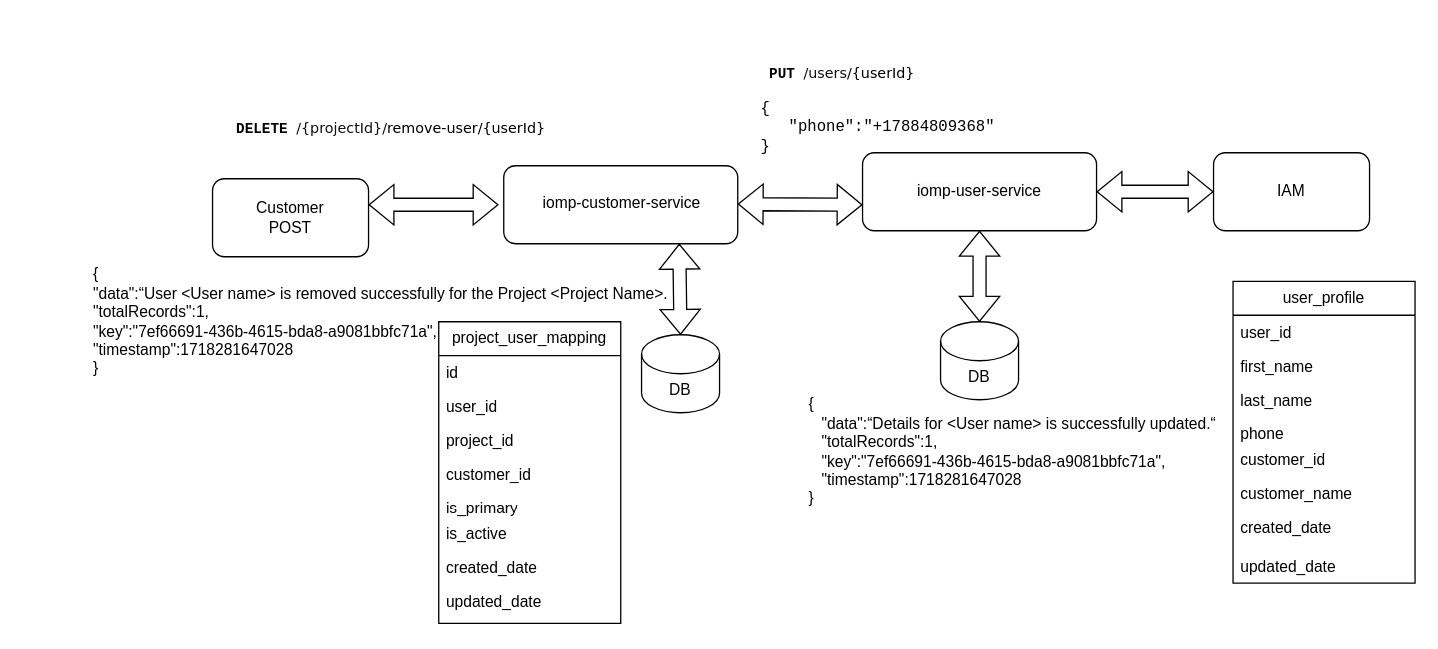
Earlier version of the draw.io diagram Edit and remove contact for customer account.drawio (wesco-chandanabuduru/common-entities). Source tidied: cells renumbered, new cells numbered last; positions are measured from the earlier drawing's top-left corner, leaving out a move shared by most shapes. Both pictures are drawn from the tidied source at 130%, with x=0, y=0 at pixel (22, 22).
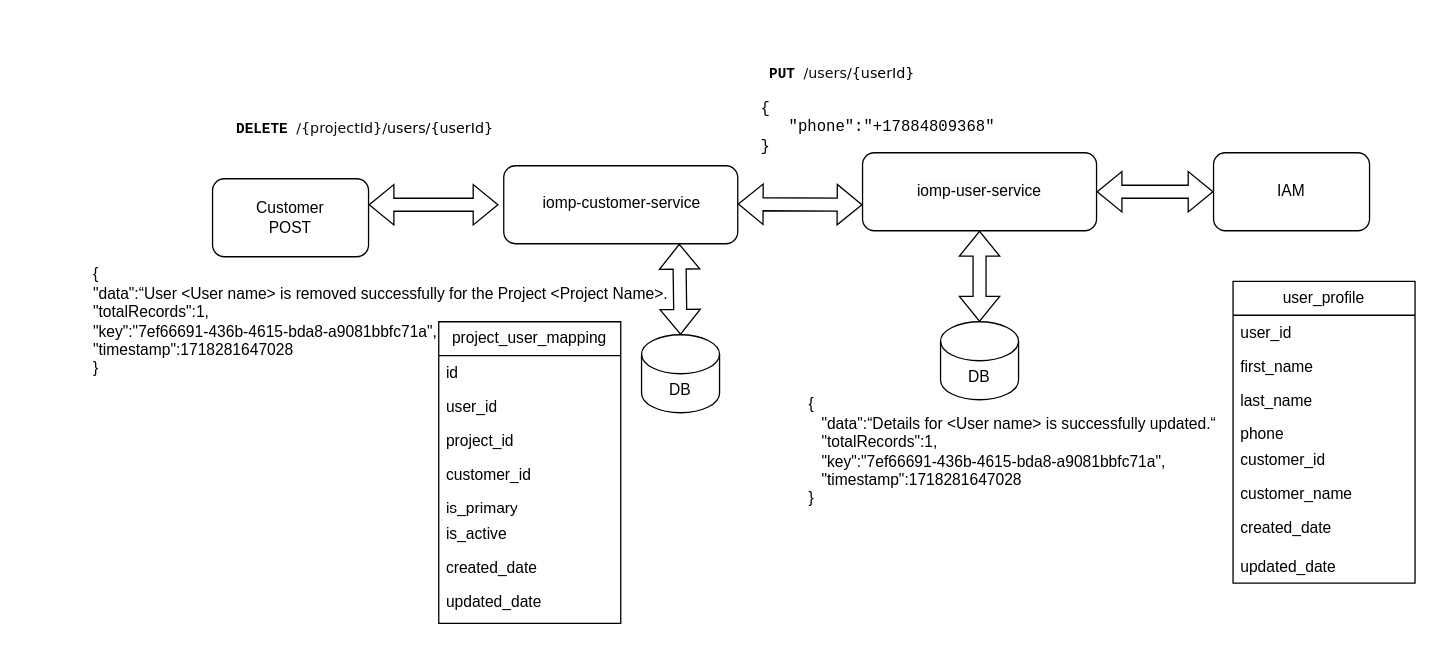
The same diagram, later.

The edit, as a diff of the source:
```diff
@@
-    <mxCell id="8" value="&lt;pre style=&quot;margin-top: 0px;&quot;&gt;&lt;pre&gt;&lt;pre&gt;&lt;pre&gt;&lt;span dir=&quot;ltr&quot; class=&quot;ui-provider a b c d e f g h i j k l m n o p q r s t u v w x y z ab ac ae af ag ah ai aj ak&quot;&gt;&lt;p&gt;&lt;font style=&quot;font-size: 9px;&quot;&gt;&lt;br&gt;&lt;/font&gt;&lt;/p&gt;&lt;p&gt;&lt;font style=&quot;&quot;&gt;&lt;span style=&quot;font-size: 10px;&quot;&gt;     &lt;/span&gt;&lt;font style=&quot;font-size: 11px;&quot;&gt; &lt;b&gt;DELETE&lt;/b&gt;&lt;font style=&quot;&quot; color=&quot;#0f0f0f&quot;&gt; &lt;/font&gt;&lt;font style=&quot;&quot; face=&quot;Verdana&quot;&gt;&lt;span style=&quot;background-color: rgb(255, 255, 255); white-space: normal;&quot;&gt;&lt;font color=&quot;#0f0f0f&quot;&gt;/{projectId}&lt;/font&gt;&lt;/span&gt;&lt;span style=&quot;background-color: initial; white-space: normal;&quot;&gt;&lt;font style=&quot;&quot; color=&quot;#0f0f0f&quot;&gt;/&lt;/font&gt;remove-user/{userId}&lt;/span&gt;&lt;/font&gt;&lt;/font&gt;&lt;/font&gt;&lt;/p&gt;&lt;p&gt;&lt;/p&gt;&lt;/span&gt;&lt;/pre&gt;&lt;/pre&gt;&lt;/pre&gt;&lt;/pre&gt;" style="text;html=1;whiteSpace=wrap;overflow=hidden;rounded=0;align=left;" parent="1" vertex="1">
+    <mxCell id="8" value="&lt;pre style=&quot;margin-top: 0px;&quot;&gt;&lt;pre&gt;&lt;pre&gt;&lt;pre&gt;&lt;span dir=&quot;ltr&quot; class=&quot;ui-provider a b c d e f g h i j k l m n o p q r s t u v w x y z ab ac ae af ag ah ai aj ak&quot;&gt;&lt;p&gt;&lt;font style=&quot;font-size: 9px;&quot;&gt;&lt;br&gt;&lt;/font&gt;&lt;/p&gt;&lt;p&gt;&lt;font style=&quot;&quot;&gt;&lt;span style=&quot;font-size: 10px;&quot;&gt;     &lt;/span&gt;&lt;font style=&quot;font-size: 11px;&quot;&gt; &lt;b&gt;DELETE&lt;/b&gt;&lt;font style=&quot;&quot; color=&quot;#0f0f0f&quot;&gt; &lt;/font&gt;&lt;font style=&quot;&quot; face=&quot;Verdana&quot;&gt;&lt;span style=&quot;background-color: rgb(255, 255, 255); white-space: normal;&quot;&gt;&lt;font color=&quot;#0f0f0f&quot;&gt;/{projectId}&lt;/font&gt;&lt;/span&gt;&lt;span style=&quot;background-color: initial; white-space: normal;&quot;&gt;&lt;font style=&quot;&quot; color=&quot;#0f0f0f&quot;&gt;/&lt;/font&gt;users/{userId}&lt;/span&gt;&lt;/font&gt;&lt;/font&gt;&lt;/font&gt;&lt;/p&gt;&lt;p&gt;&lt;/p&gt;&lt;/span&gt;&lt;/pre&gt;&lt;/pre&gt;&lt;/pre&gt;&lt;/pre&gt;" style="text;html=1;whiteSpace=wrap;overflow=hidden;rounded=0;align=left;" parent="1" vertex="1">
       <mxGeometry x="126" y="30" width="360" height="70" as="geometry" />
     </mxCell>
```
